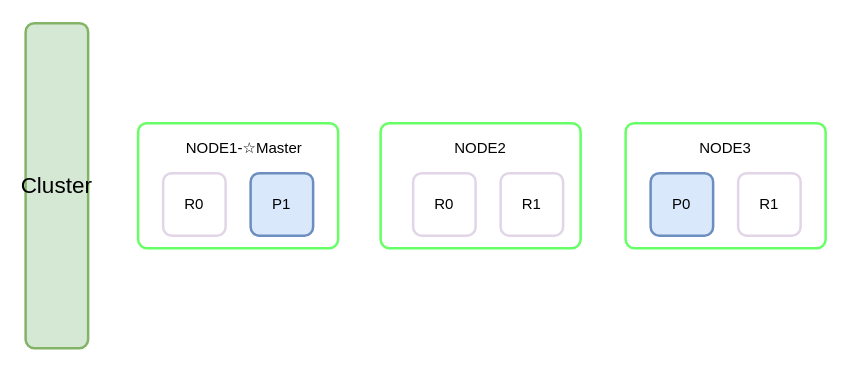
The draw.io diagram Untitled Diagram.drawio in wangyanke/mynote, before the edit. Source tidied: cells renumbered, new cells numbered last; positions are measured from the earlier drawing's top-left corner, leaving out a move shared by most shapes. Both pictures are drawn from the tidied source at 125%, with x=0, y=0 at pixel (25, 22).
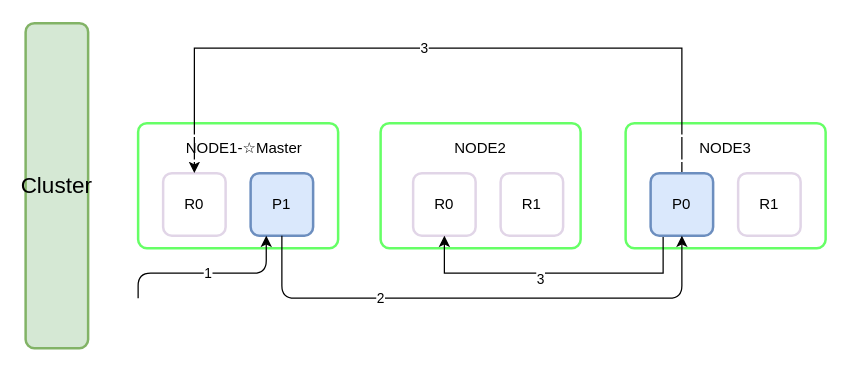
After the change.

The change refers to these unchanged cells:
```xml
<mxCell id="4" value="R0" style="rounded=1;whiteSpace=wrap;html=1;absoluteArcSize=1;arcSize=14;strokeWidth=2;strokeColor=#E1D5E7;" parent="1" vertex="1">
  <mxGeometry x="110" y="120" width="50" height="50" as="geometry" />
</mxCell>
<mxCell id="7" value="P1" style="rounded=1;whiteSpace=wrap;html=1;absoluteArcSize=1;arcSize=14;strokeWidth=2;strokeColor=#6c8ebf;fillColor=#dae8fc;" parent="1" vertex="1">
  <mxGeometry x="180" y="120" width="50" height="50" as="geometry" />
</mxCell>
<mxCell id="8" value="R0" style="rounded=1;whiteSpace=wrap;html=1;absoluteArcSize=1;arcSize=14;strokeWidth=2;strokeColor=#E1D5E7;" parent="1" vertex="1">
  <mxGeometry x="310" y="120" width="50" height="50" as="geometry" />
</mxCell>
<mxCell id="10" value="P0" style="rounded=1;whiteSpace=wrap;html=1;absoluteArcSize=1;arcSize=14;strokeWidth=2;strokeColor=#6c8ebf;fillColor=#dae8fc;" parent="1" vertex="1">
  <mxGeometry x="500" y="120" width="50" height="50" as="geometry" />
</mxCell>
```

Diff of the diagram source:
```diff
@@
+    <mxCell id="15" style="edgeStyle=orthogonalEdgeStyle;rounded=0;jettySize=auto;html=1;" parent="1" edge="1" source="10" target="4">
+      <mxGeometry relative="1" as="geometry">
+        <Array as="points">
+          <mxPoint x="525" y="20" />
+          <mxPoint x="135" y="20" />
+        </Array>
+      </mxGeometry>
+    </mxCell>
+    <mxCell id="16" value="3" style="edgeLabel;html=1;align=center;verticalAlign=middle;" parent="15" vertex="1">
+      <mxGeometry x="0.04" y="-1" relative="1" as="geometry" />
+    </mxCell>
+    <mxCell id="17" style="edgeStyle=orthogonalEdgeStyle;rounded=0;jettySize=auto;html=1;entryX=0.5;entryY=1;entryDx=0;entryDy=0;" parent="1" edge="1" source="10" target="8">
+      <mxGeometry relative="1" as="geometry">
+        <Array as="points">
+          <mxPoint x="510" y="200" />
+          <mxPoint x="335" y="200" />
+        </Array>
+      </mxGeometry>
+    </mxCell>
+    <mxCell id="18" value="3" style="edgeLabel;html=1;align=center;verticalAlign=middle;" parent="17" vertex="1">
+      <mxGeometry x="0.1" y="4" relative="1" as="geometry" />
+    </mxCell>
@@
+    <mxCell id="19" value="1" style="edgeStyle=elbowEdgeStyle;elbow=vertical;endArrow=classic;html=1;entryX=0.25;entryY=1;entryDx=0;entryDy=0;" parent="1" edge="1" target="7">
+      <mxGeometry relative="1" as="geometry">
+        <mxPoint x="90" y="220" as="sourcePoint" />
+        <Array as="points">
+          <mxPoint x="190" y="200" />
+        </Array>
+      </mxGeometry>
+    </mxCell>
+    <mxCell id="20" style="edgeStyle=elbowEdgeStyle;elbow=vertical;endArrow=classic;html=1;entryX=0.5;entryY=1;entryDx=0;entryDy=0;" parent="1" edge="1" source="7" target="10">
+      <mxGeometry relative="1" as="geometry">
+        <Array as="points">
+          <mxPoint x="350" y="220" />
+          <mxPoint x="490" y="230" />
+        </Array>
+      </mxGeometry>
+    </mxCell>
+    <mxCell id="21" value="2" style="edgeLabel;html=1;align=center;verticalAlign=middle;" parent="20" vertex="1">
+      <mxGeometry x="-0.39" y="1" relative="1" as="geometry" />
+    </mxCell>
```
